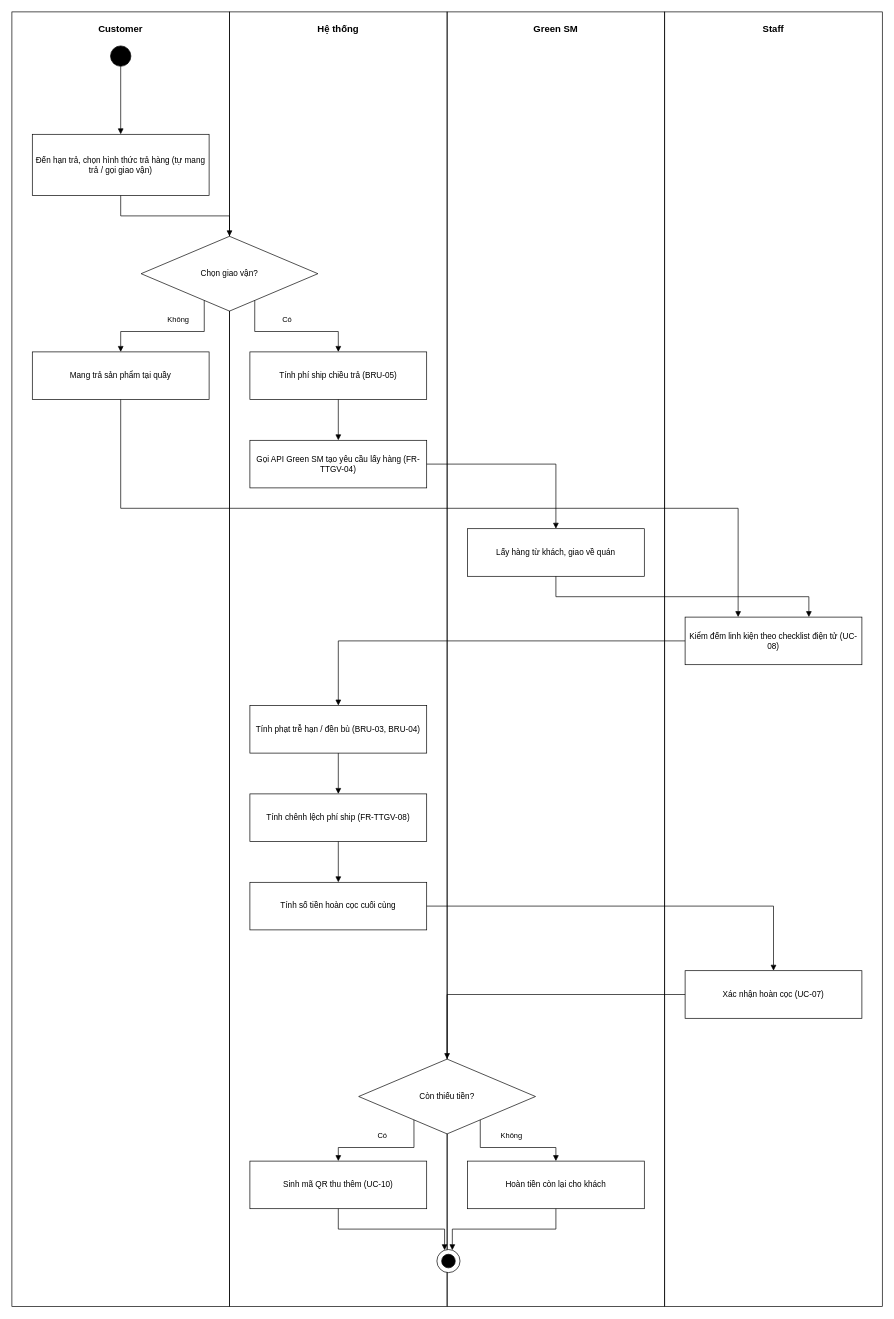
This is diagrams/srs_3_6_activity_trahang.drawio from kathawn/Board-Game-Project, a draw.io file, before an edit. Source tidied: cells renumbered, new cells numbered last; positions are measured from the earlier drawing's top-left corner, leaving out a move shared by most shapes. Both pictures are drawn from the tidied source at 68%, with x=0, y=0 at pixel (12, 12).
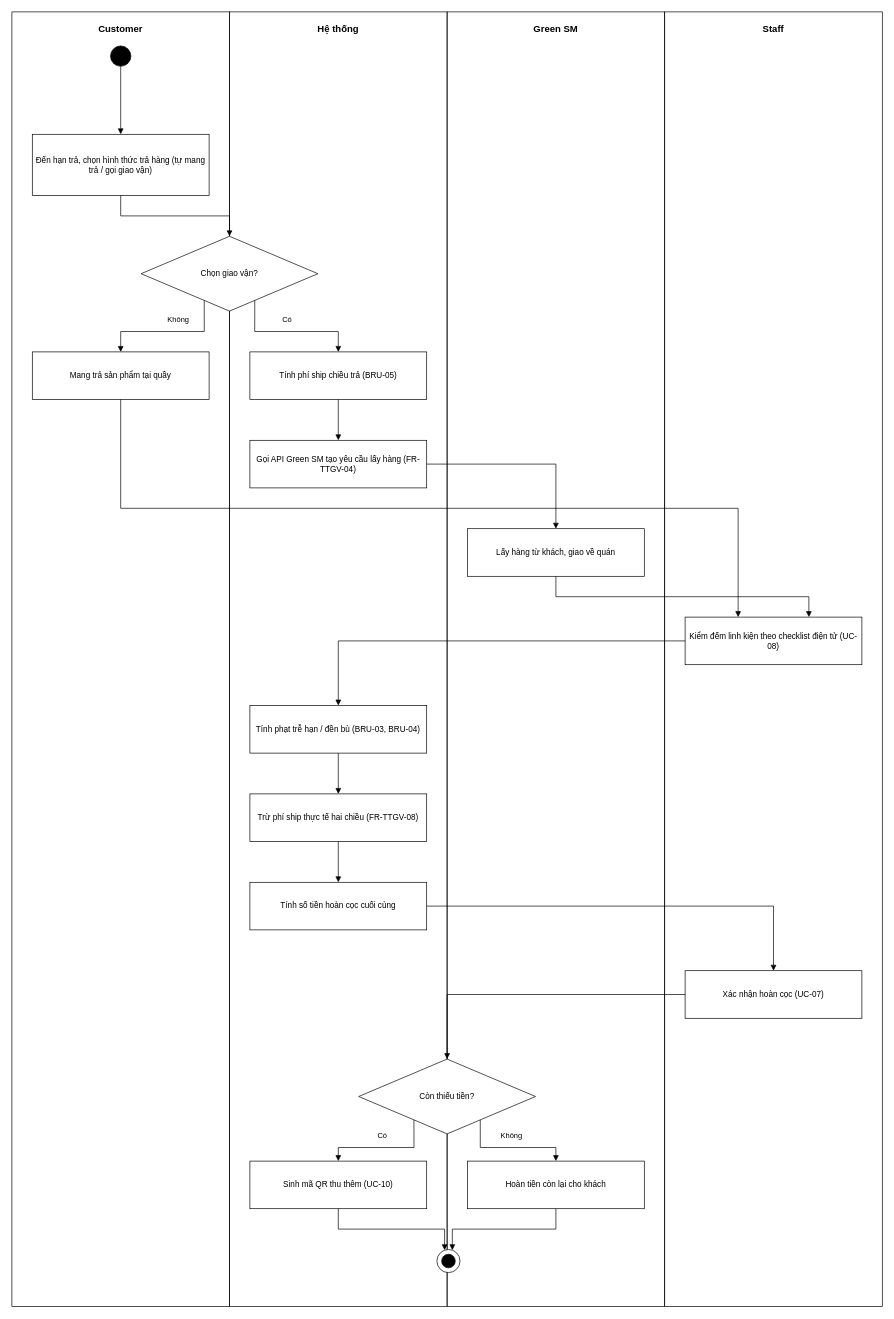
After the change.

Commit message (it also covers changes not shown here):
feat: khach chiu 100% ship thuc te hai chieu, dinh gia phu kien, dong bo BRD/SRS/ERD (UC-07/08/09)

The edit, as a diff of the source:
```diff
@@
-    <mxCell id="15" value="Tính chênh lệch phí ship (FR-TTGV-08)" style="rounded=0;whiteSpace=wrap;html=1;fillColor=#ffffff;strokeColor=#000000;fontColor=#000000;fontSize=12;align=center;verticalAlign=middle;" parent="1" vertex="1">
+    <mxCell id="15" value="Trừ phí ship thực tế hai chiều (FR-TTGV-08)" style="rounded=0;whiteSpace=wrap;html=1;fillColor=#ffffff;strokeColor=#000000;fontColor=#000000;fontSize=12;align=center;verticalAlign=middle;" parent="1" vertex="1">
       <mxGeometry x="350" y="1150" width="260" height="70" as="geometry" />
     </mxCell>
```
